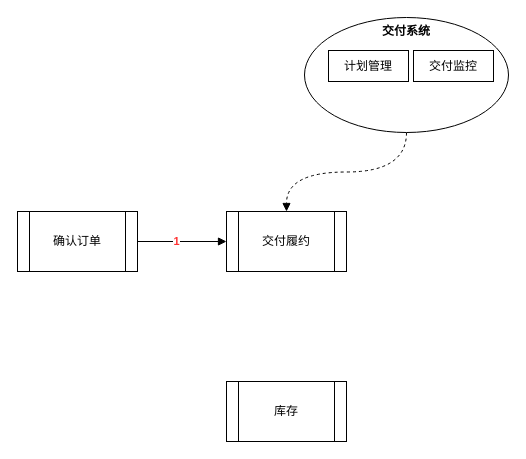
This is page "业务流程-01" (1 of 3) of docs/EA.drawio from lokiworks/codebase, a draw.io file, before an edit. Source tidied: cells renumbered, new cells numbered last; positions are measured from the earlier drawing's top-left corner, leaving out a move shared by most shapes. Both pictures are drawn from the tidied source at 100%, with x=0, y=0 at pixel (17, 17).
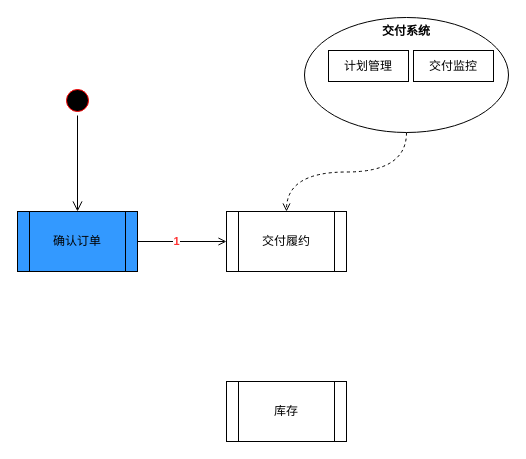
The same diagram, later.

The edit, as a diff of the source:
```diff
@@
 <mxGraphModel>
   <root>
     <mxCell id="0" />
     <mxCell id="1" parent="0" />
-    <mxCell id="2" value="1" style="edgeStyle=orthogonalEdgeStyle;rounded=0;jettySize=auto;html=1;exitX=1;exitY=0.5;exitDx=0;exitDy=0;entryX=0;entryY=0.5;entryDx=0;entryDy=0;endArrow=block;endFill=1;fontColor=#FF3333;fontStyle=1;" parent="1" edge="1" source="3" target="4">
+    <mxCell id="2" value="1" style="edgeStyle=orthogonalEdgeStyle;rounded=0;jettySize=auto;html=1;exitX=1;exitY=0.5;exitDx=0;exitDy=0;entryX=0;entryY=0.5;entryDx=0;entryDy=0;endArrow=open;endFill=0;fontColor=#FF3333;fontStyle=1;" parent="1" edge="1" source="3" target="4">
       <mxGeometry x="-0.12" relative="1" as="geometry" />
     </mxCell>
-    <mxCell id="3" value="确认订单" style="shape=process;whiteSpace=wrap;html=1;backgroundOutline=1;" parent="1" vertex="1">
+    <mxCell id="3" value="确认订单" style="shape=process;whiteSpace=wrap;html=1;backgroundOutline=1;fillColor=#3399FF;strokeColor=#000000;" parent="1" vertex="1">
       <mxGeometry y="194" width="120" height="60" as="geometry" />
     </mxCell>
     <mxCell id="4" value="交付履约" style="shape=process;whiteSpace=wrap;html=1;backgroundOutline=1;" parent="1" vertex="1">
       <mxGeometry x="209" y="194" width="120" height="60" as="geometry" />
     </mxCell>
-    <mxCell id="5" style="edgeStyle=orthogonalEdgeStyle;rounded=0;jettySize=auto;html=1;exitX=0.5;exitY=1;exitDx=0;exitDy=0;fontColor=#000000;endArrow=block;endFill=1;dashed=1;entryX=0.5;entryY=0;entryDx=0;entryDy=0;curved=1;" parent="1" edge="1" source="6" target="4">
+    <mxCell id="5" style="edgeStyle=orthogonalEdgeStyle;rounded=0;jettySize=auto;html=1;exitX=0.5;exitY=1;exitDx=0;exitDy=0;fontColor=#000000;endArrow=open;endFill=0;dashed=1;entryX=0.5;entryY=0;entryDx=0;entryDy=0;curved=1;" parent="1" edge="1" source="6" target="4">
       <mxGeometry relative="1" as="geometry" />
     </mxCell>
     <mxCell id="6" value="交付系统" style="ellipse;whiteSpace=wrap;html=1;fontColor=#000000;fillColor=#FFFFFF;verticalAlign=top;fontStyle=1;" parent="1" vertex="1">
       <mxGeometry x="287" width="204" height="115" as="geometry" />
     </mxCell>
     <mxCell id="7" value="&lt;font color=&quot;#000000&quot;&gt;计划管理&lt;/font&gt;" style="rounded=0;whiteSpace=wrap;html=1;fontColor=#FF3333;fillColor=#FFFFFF;" parent="1" vertex="1">
       <mxGeometry x="311" y="33" width="80" height="31" as="geometry" />
     </mxCell>
     <mxCell id="8" value="&lt;font color=&quot;#000000&quot;&gt;交付监控&lt;/font&gt;" style="rounded=0;whiteSpace=wrap;html=1;fontColor=#FF3333;fillColor=#FFFFFF;" parent="1" vertex="1">
       <mxGeometry x="396" y="33" width="80" height="31" as="geometry" />
     </mxCell>
     <mxCell id="9" value="库存" style="shape=process;whiteSpace=wrap;html=1;backgroundOutline=1;" parent="1" vertex="1">
       <mxGeometry x="209" y="364" width="120" height="60" as="geometry" />
     </mxCell>
+    <mxCell id="10" style="ellipse;html=1;shape=startState;fillColor=#000000;strokeColor=#ff0000;" parent="1" vertex="1">
+      <mxGeometry x="45" y="68" width="30" height="30" as="geometry" />
+    </mxCell>
+    <mxCell id="11" style="edgeStyle=orthogonalEdgeStyle;html=1;verticalAlign=bottom;endArrow=open;endSize=8;strokeColor=#000000;rounded=0;" parent="1" edge="1" source="10" target="3">
+      <mxGeometry relative="1" as="geometry" />
+    </mxCell>
   </root>
 </mxGraphModel>
```
